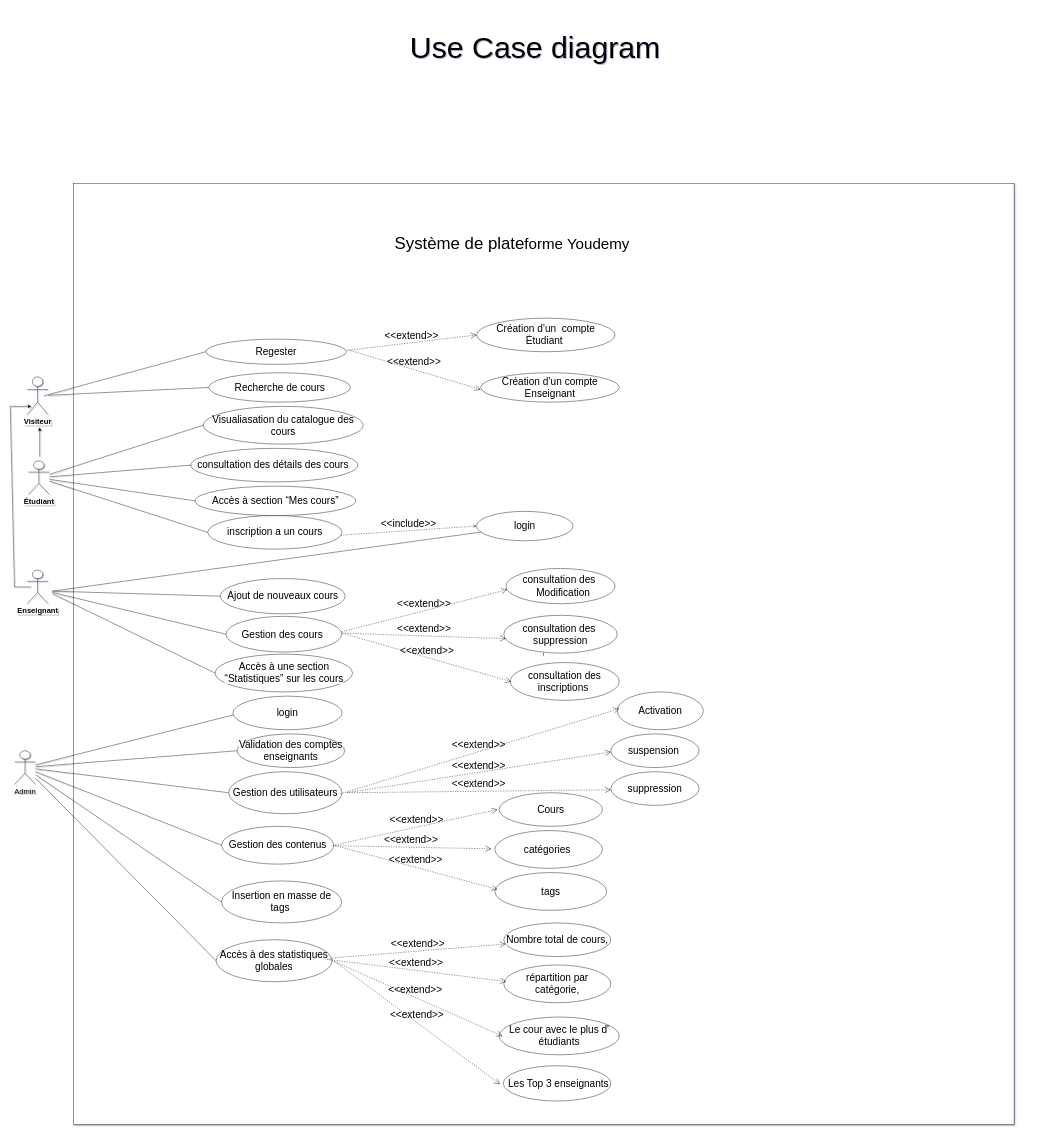
Earlier version of the draw.io diagram page "Page-1" (1 of 2) of Conception UML Use Case Diagram.drawio (hamza-saaf/Youdemy_Brief_11). Source tidied: cells renumbered, new cells numbered last; positions are measured from the earlier drawing's top-left corner, leaving out a move shared by most shapes. Both pictures are drawn from the tidied source at 42%, with x=0, y=0 at pixel (10, 7).
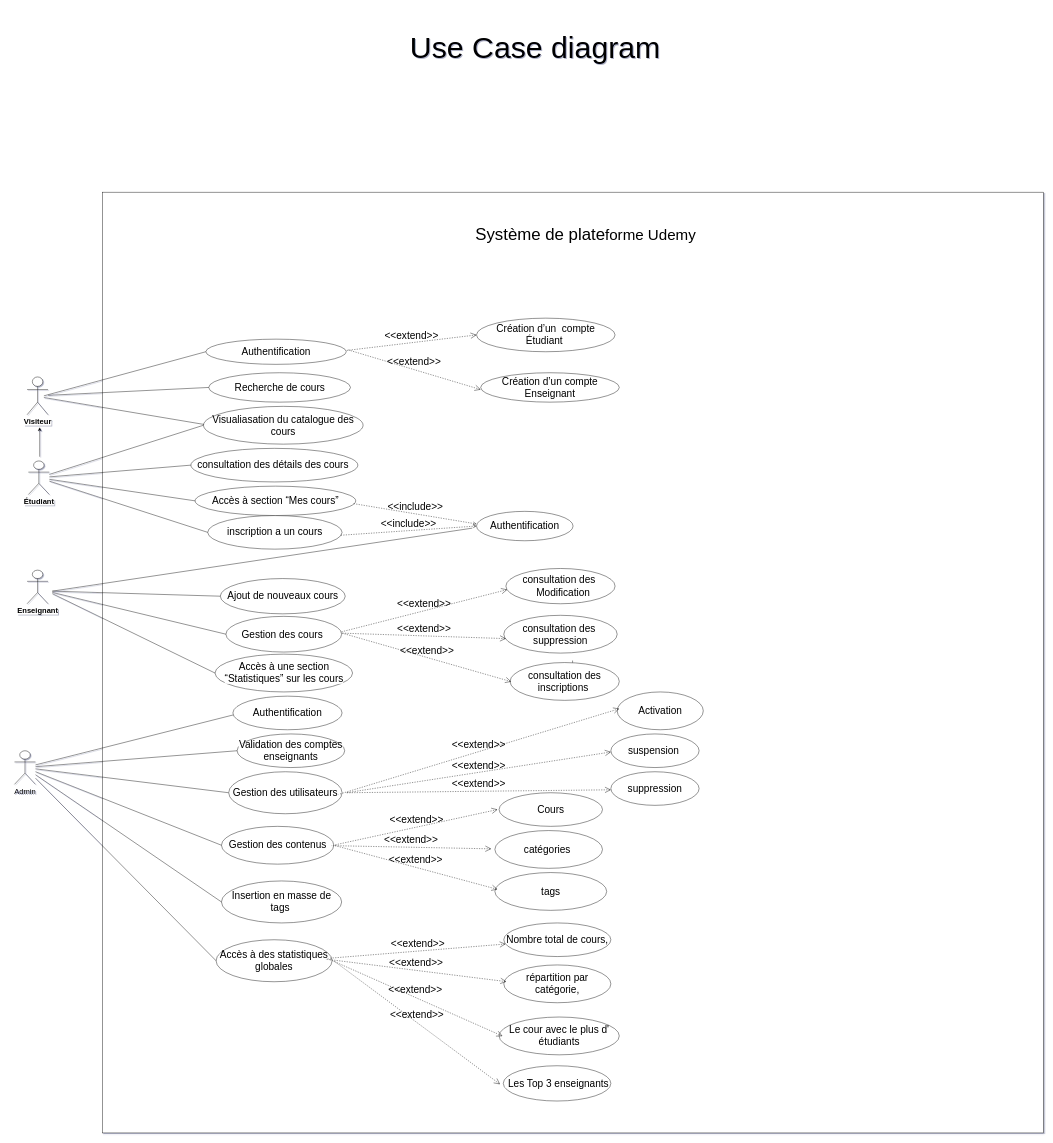
After the change.

Unchanged cells that the change refers to:
```xml
<mxCell id="18" value="&lt;font style=&quot;font-size: 24px;&quot;&gt;&lt;span style=&quot;color: rgb(0, 0, 0); font-family: &amp;quot;Nunito Sans&amp;quot;, sans-serif; text-align: left; background-color: rgb(255, 255, 255);&quot;&gt;Accès à&amp;nbsp;&lt;/span&gt;&lt;span style=&quot;color: rgb(0, 0, 0); font-family: &amp;quot;Nunito Sans&amp;quot;, sans-serif; text-align: left; background-color: rgb(255, 255, 255);&quot;&gt;section “Mes cours”&lt;/span&gt;&lt;/font&gt;" style="ellipse;whiteSpace=wrap;html=1;" parent="1" vertex="1">
  <mxGeometry x="440" y="1140" width="382.5" height="70" as="geometry" />
</mxCell>
```

Diff of the diagram source:
```diff
@@
     <mxCell id="2" value="i" style="whiteSpace=wrap;html=1;" parent="1" vertex="1">
-      <mxGeometry x="150" y="420" width="2240" height="2240" as="geometry" />
+      <mxGeometry x="220" y="440" width="2240" height="2240" as="geometry" />
     </mxCell>
@@
-    <mxCell id="9" value="&lt;span style=&quot;color: rgb(0, 0, 0); font-family: &amp;quot;Nunito Sans&amp;quot;, sans-serif; text-align: left; background-color: rgb(255, 255, 255);&quot;&gt;&lt;font style=&quot;font-size: 24px;&quot;&gt;Regester&lt;/font&gt;&lt;/span&gt;" style="ellipse;whiteSpace=wrap;html=1;" parent="1" vertex="1">
+    <mxCell id="9" value="&lt;span style=&quot;color: rgb(0, 0, 0); font-family: &amp;quot;Nunito Sans&amp;quot;, sans-serif; text-align: left; background-color: rgb(255, 255, 255);&quot;&gt;&lt;font style=&quot;font-size: 24px;&quot;&gt;Authentification&lt;/font&gt;&lt;/span&gt;" style="ellipse;whiteSpace=wrap;html=1;" parent="1" vertex="1">
       <mxGeometry x="465.6" y="790" width="334.4" height="60" as="geometry" />
     </mxCell>
@@
-    <mxCell id="17" value="&lt;span style=&quot;color: rgb(0, 0, 0); font-family: &amp;quot;Nunito Sans&amp;quot;, sans-serif; text-align: left; background-color: rgb(255, 255, 255);&quot;&gt;&lt;font style=&quot;font-size: 24px;&quot;&gt;login&lt;/font&gt;&lt;/span&gt;" style="ellipse;whiteSpace=wrap;html=1;" parent="1" vertex="1">
+    <mxCell id="17" value="&lt;span style=&quot;color: rgb(0, 0, 0); font-family: &amp;quot;Nunito Sans&amp;quot;, sans-serif; text-align: left; background-color: rgb(255, 255, 255);&quot;&gt;&lt;font style=&quot;font-size: 24px;&quot;&gt;Authentification&lt;/font&gt;&lt;/span&gt;" style="ellipse;whiteSpace=wrap;html=1;" parent="1" vertex="1">
       <mxGeometry x="1110" y="1200" width="230" height="70" as="geometry" />
     </mxCell>
@@
-    <mxCell id="42" value="&lt;font style=&quot;font-size: 40px;&quot;&gt;Système de plate&lt;/font&gt;&lt;span style=&quot;font-size: 36px;&quot;&gt;forme Youdemy&lt;/span&gt;" style="text;strokeColor=none;align=center;fillColor=none;html=1;verticalAlign=middle;whiteSpace=wrap;rounded=0;" parent="1" vertex="1">
-      <mxGeometry x="855" y="520" width="680" height="80" as="geometry" />
+    <mxCell id="42" value="&lt;font style=&quot;font-size: 40px;&quot;&gt;Système de plate&lt;/font&gt;&lt;span style=&quot;font-size: 36px;&quot;&gt;forme Udemy&lt;/span&gt;" style="text;strokeColor=none;align=center;fillColor=none;html=1;verticalAlign=middle;whiteSpace=wrap;rounded=0;" parent="1" vertex="1">
+      <mxGeometry x="1030" y="500" width="680" height="80" as="geometry" />
     </mxCell>
@@
-    <mxCell id="55" style="endArrow=classic;html=1;rounded=0;" parent="1" edge="1">
-      <mxGeometry relative="1" as="geometry">
-        <mxPoint x="50" y="1380" as="sourcePoint" />
-        <mxPoint x="50" y="950" as="targetPoint" />
-        <Array as="points">
-          <mxPoint x="10" y="1380" />
-          <mxPoint y="950" />
-        </Array>
-      </mxGeometry>
-    </mxCell>
-    <mxCell id="56" value="&lt;span style=&quot;color: rgb(0, 0, 0); font-family: &amp;quot;Nunito Sans&amp;quot;, sans-serif; text-align: left; background-color: rgb(255, 255, 255);&quot;&gt;&lt;font style=&quot;font-size: 24px;&quot;&gt;login&lt;/font&gt;&lt;/span&gt;" style="ellipse;whiteSpace=wrap;html=1;" parent="1" vertex="1">
+    <mxCell id="56" value="&lt;span style=&quot;color: rgb(0, 0, 0); font-family: &amp;quot;Nunito Sans&amp;quot;, sans-serif; text-align: left; background-color: rgb(255, 255, 255);&quot;&gt;&lt;font style=&quot;font-size: 24px;&quot;&gt;Authentification&lt;/font&gt;&lt;/span&gt;" style="ellipse;whiteSpace=wrap;html=1;" parent="1" vertex="1">
       <mxGeometry x="530" y="1640" width="260" height="80" as="geometry" />
     </mxCell>
-    <mxCell id="57" style="endArrow=none;html=1;rounded=0;" parent="1" edge="1" target="17">
+    <mxCell id="57" style="endArrow=none;html=1;rounded=0;" parent="1" edge="1">
       <mxGeometry relative="1" as="geometry">
         <mxPoint x="100" y="1390" as="sourcePoint" />
+        <mxPoint x="1100" y="1240" as="targetPoint" />
       </mxGeometry>
     </mxCell>
@@
+    <mxCell id="74" value="&lt;font style=&quot;font-size: 24px;&quot;&gt;&amp;lt;&amp;lt;include&amp;gt;&amp;gt;&lt;/font&gt;" style="edgeStyle=none;html=1;endArrow=open;verticalAlign=bottom;dashed=1;labelBackgroundColor=none;rounded=0;exitX=0.987;exitY=0.595;exitDx=0;exitDy=0;exitPerimeter=0;" parent="1" edge="1" source="18">
+      <mxGeometry relative="1" as="geometry">
+        <mxPoint x="1110" y="1230" as="targetPoint" />
+      </mxGeometry>
+    </mxCell>
+    <mxCell id="75" style="endArrow=none;html=1;rounded=0;entryX=-0.016;entryY=0.478;entryDx=0;entryDy=0;entryPerimeter=0;" parent="1" edge="1">
+      <mxGeometry relative="1" as="geometry">
+        <mxPoint x="80" y="929" as="sourcePoint" />
+        <mxPoint x="460.9" y="993" as="targetPoint" />
+      </mxGeometry>
+    </mxCell>
```
